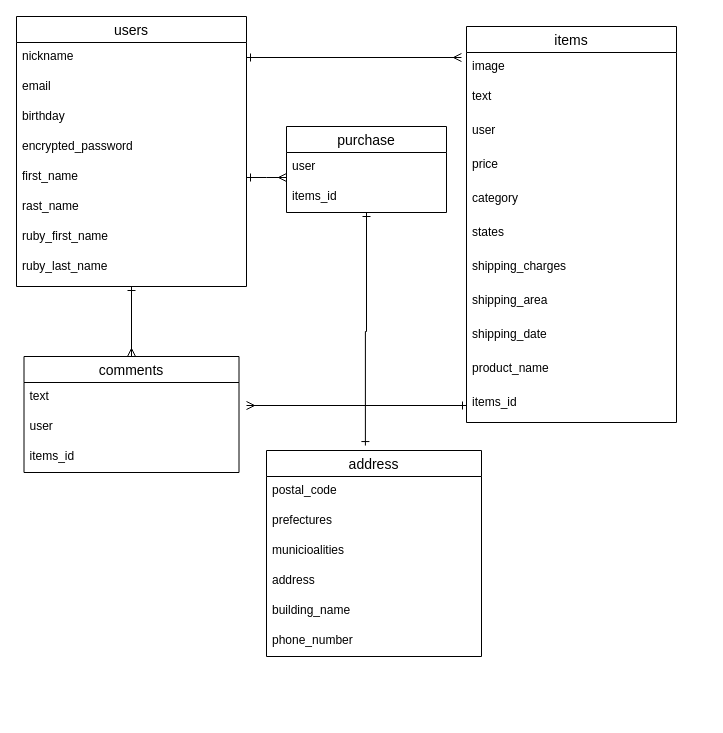
kotatori/furima-33804 keeps this draw.io diagram as DB.dio. Above is the earlier version. Source tidied: cells renumbered, new cells numbered last; positions are measured from the earlier drawing's top-left corner, leaving out a move shared by most shapes. Both pictures are drawn from the tidied source at 100%, with x=0, y=0 at pixel (16, 16).
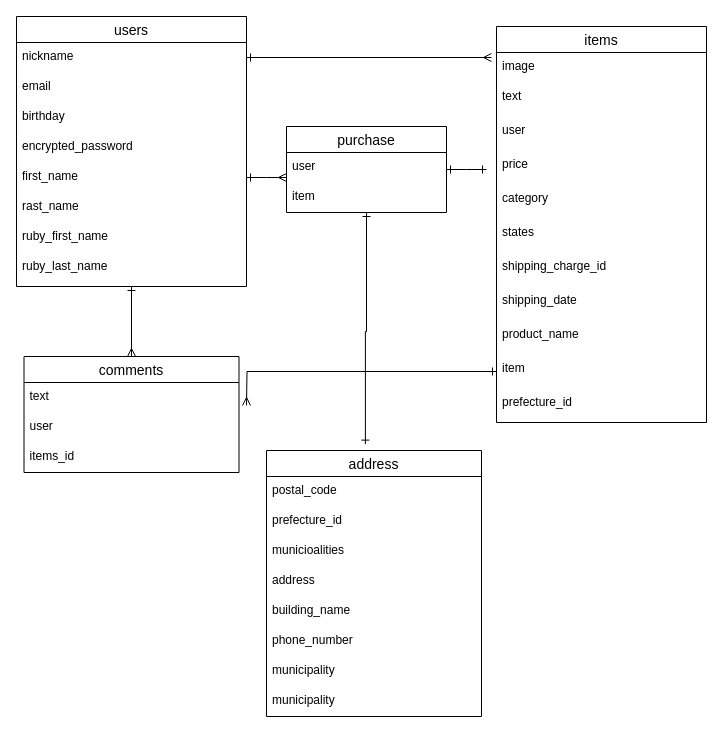
The same diagram, later.

Unchanged cells that the change refers to:
```xml
<mxCell id="25" value="purchase" style="swimlane;fontStyle=0;horizontal=1;startSize=26;align=center;fontSize=14;" parent="1" vertex="1">
  <mxGeometry x="270" y="110" width="160" height="86" as="geometry" />
</mxCell>
```

The edit, as a diff of the source:
```diff
@@
     <mxCell id="12" value="items" style="swimlane;fontStyle=0;horizontal=1;startSize=26;align=center;fontSize=14;" parent="1" vertex="1">
-      <mxGeometry x="450" y="10" width="210" height="396" as="geometry" />
+      <mxGeometry x="480" y="10" width="210" height="396" as="geometry" />
     </mxCell>
@@
-    <mxCell id="19" value="shipping_charges" style="text;strokeColor=none;fillColor=none;spacingLeft=4;spacingRight=4;overflow=hidden;fontSize=12;" parent="12" vertex="1">
+    <mxCell id="19" value="shipping_charge_id" style="text;strokeColor=none;fillColor=none;spacingLeft=4;spacingRight=4;overflow=hidden;fontSize=12;" parent="12" vertex="1">
       <mxGeometry y="226" width="210" height="34" as="geometry" />
     </mxCell>
-    <mxCell id="20" value="shipping_area" style="text;strokeColor=none;fillColor=none;spacingLeft=4;spacingRight=4;overflow=hidden;fontSize=12;" parent="12" vertex="1">
-      <mxGeometry y="260" width="210" height="34" as="geometry" />
-    </mxCell>
     <mxCell id="21" value="shipping_date" style="text;strokeColor=none;fillColor=none;spacingLeft=4;spacingRight=4;overflow=hidden;fontSize=12;" parent="12" vertex="1">
-      <mxGeometry y="294" width="210" height="34" as="geometry" />
+      <mxGeometry y="260" width="210" height="34" as="geometry" />
     </mxCell>
     <mxCell id="22" value="product_name" style="text;strokeColor=none;fillColor=none;spacingLeft=4;spacingRight=4;overflow=hidden;fontSize=12;" parent="12" vertex="1">
-      <mxGeometry y="328" width="210" height="34" as="geometry" />
+      <mxGeometry y="294" width="210" height="34" as="geometry" />
     </mxCell>
-    <mxCell id="23" value="items_id" style="text;strokeColor=none;fillColor=none;spacingLeft=4;spacingRight=4;overflow=hidden;points=[[0,0.5],[1,0.5]];portConstraint=eastwest;fontSize=12;" parent="12" vertex="1">
-      <mxGeometry y="362" width="210" height="34" as="geometry" />
+    <mxCell id="23" value="item" style="text;strokeColor=none;fillColor=none;spacingLeft=4;spacingRight=4;overflow=hidden;points=[[0,0.5],[1,0.5]];portConstraint=eastwest;fontSize=12;" parent="12" vertex="1">
+      <mxGeometry y="328" width="210" height="34" as="geometry" />
     </mxCell>
+    <mxCell id="42" value="prefecture_id" style="text;strokeColor=none;fillColor=none;spacingLeft=4;spacingRight=4;overflow=hidden;fontSize=12;" parent="12" vertex="1">
+      <mxGeometry y="362" width="210" height="34" as="geometry" />
+    </mxCell>
@@
+    <mxCell id="43" style="edgeStyle=orthogonalEdgeStyle;rounded=0;jettySize=auto;html=1;startArrow=ERone;startFill=0;endArrow=ERone;endFill=0;fontSize=14;" parent="1" edge="1" source="25">
+      <mxGeometry relative="1" as="geometry">
+        <mxPoint x="470" y="153" as="targetPoint" />
+      </mxGeometry>
+    </mxCell>
@@
-    <mxCell id="27" value="items_id" style="text;strokeColor=none;fillColor=none;spacingLeft=4;spacingRight=4;overflow=hidden;fontSize=12;" parent="25" vertex="1">
+    <mxCell id="27" value="item" style="text;strokeColor=none;fillColor=none;spacingLeft=4;spacingRight=4;overflow=hidden;fontSize=12;" parent="25" vertex="1">
       <mxGeometry y="56" width="160" height="30" as="geometry" />
     </mxCell>
@@
     <mxCell id="35" value="address" style="swimlane;fontStyle=0;horizontal=1;startSize=26;align=center;fontSize=14;" parent="1" vertex="1">
-      <mxGeometry x="250" y="434" width="215" height="206" as="geometry" />
+      <mxGeometry x="250" y="434" width="215" height="266" as="geometry" />
     </mxCell>
@@
-    <mxCell id="37" value="prefectures" style="text;strokeColor=none;fillColor=none;spacingLeft=4;spacingRight=4;overflow=hidden;fontSize=12;" parent="35" vertex="1">
+    <mxCell id="37" value="prefecture_id" style="text;strokeColor=none;fillColor=none;spacingLeft=4;spacingRight=4;overflow=hidden;fontSize=12;" parent="35" vertex="1">
       <mxGeometry y="56" width="215" height="30" as="geometry" />
     </mxCell>
@@
+    <mxCell id="44" value="municipality" style="text;strokeColor=none;fillColor=none;spacingLeft=4;spacingRight=4;overflow=hidden;fontSize=12;" parent="35" vertex="1">
+      <mxGeometry y="206" width="215" height="30" as="geometry" />
+    </mxCell>
+    <mxCell id="45" value="municipality" style="text;strokeColor=none;fillColor=none;spacingLeft=4;spacingRight=4;overflow=hidden;fontSize=12;" parent="35" vertex="1">
+      <mxGeometry y="236" width="215" height="30" as="geometry" />
+    </mxCell>
```
